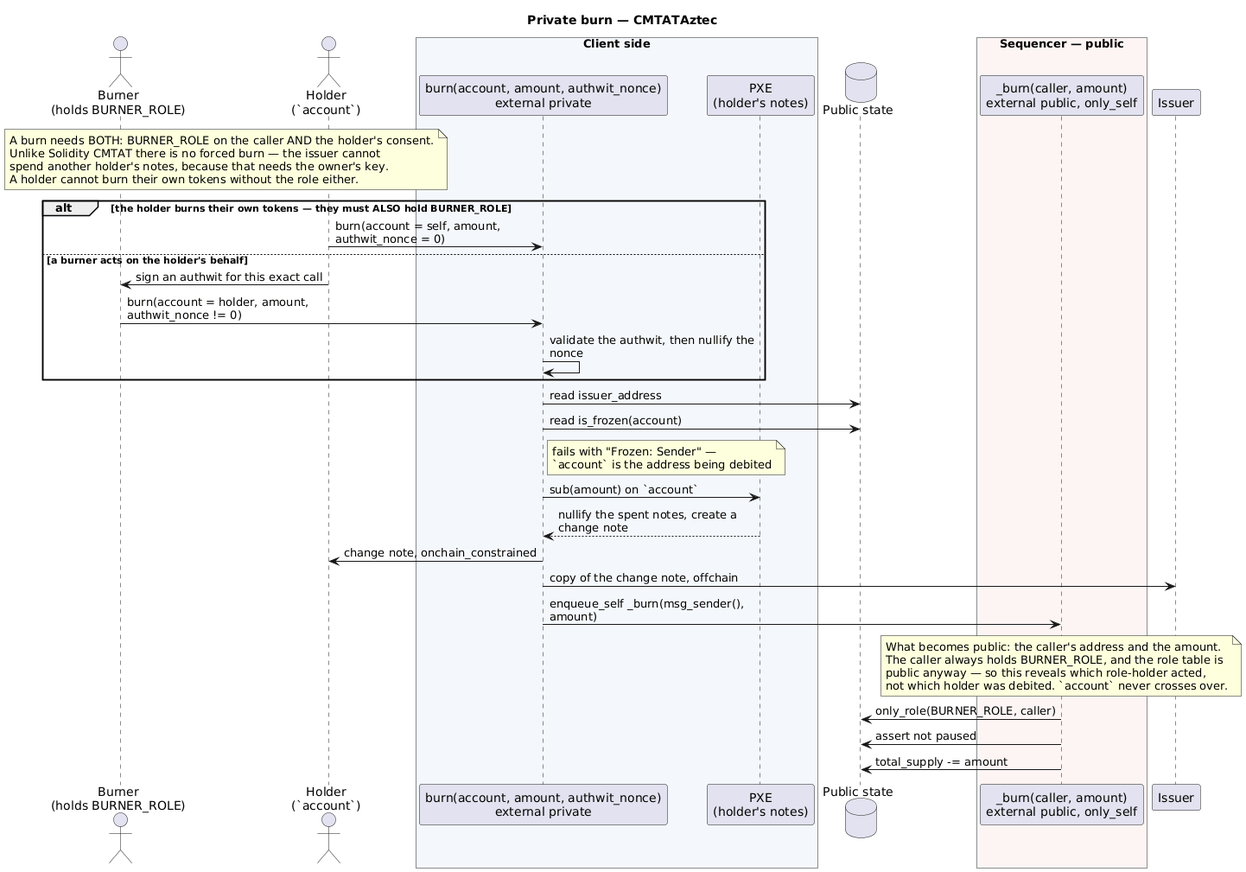
The PlantUML diagram doc/img/burn-flow.png in CMTA/private-CMTAT-aztec, before a commit. Source of this version:
```plantuml
@startuml
title Private burn — CMTATAztec

skinparam sequenceMessageAlign left
skinparam maxMessageSize 250

actor "Burner\n(holds BURNER_ROLE)" as Burner
actor "Holder\n(`account`)" as Holder
box "Client side" #F4F8FC
participant "burn(account, amount, authwit_nonce)\nexternal private" as Priv
participant "PXE\n(holder's notes)" as PXE
end box
database "Public state" as PS
box "Sequencer — public" #FDF4F4
participant "_burn(caller, amount)\nexternal public, only_self" as Pub
end box
participant "Issuer" as Issuer

note over Burner, Holder
  A burn needs BOTH: BURNER_ROLE on the caller AND the holder's consent.
  Unlike Solidity CMTAT there is no forced burn — the issuer cannot
  spend another holder's notes, because that needs the owner's key.
  A holder cannot burn their own tokens without the role either.
end note

alt the holder burns their own tokens — they must ALSO hold BURNER_ROLE
  Holder -> Priv : burn(account = self, amount, authwit_nonce = 0)
else a burner acts on the holder's behalf
  Holder -> Burner : sign an authwit for this exact call
  Burner -> Priv : burn(account = holder, amount, authwit_nonce != 0)
  Priv -> Priv : validate the authwit, then nullify the nonce
end

Priv -> PS : read issuer_address
Priv -> PS : read is_frozen(account)
note right of Priv : fails with "Frozen: Sender" —\n`account` is the address being debited

Priv -> PXE : sub(amount) on `account`
PXE --> Priv : nullify the spent notes, create a change note
Priv -> Holder : change note, onchain_constrained
Priv -> Issuer : copy of the change note, offchain

Priv -> Pub : enqueue_self _burn(msg_sender(), amount)
note over Pub
  What becomes public: the caller's address and the amount.
  The caller always holds BURNER_ROLE, and the role table is
  public anyway — so this reveals which role-holder acted,
  not which holder was debited. `account` never crosses over.
end note
Pub -> PS : only_role(BURNER_ROLE, caller)
Pub -> PS : assert not paused
Pub -> PS : total_supply -= amount

@enduml
```
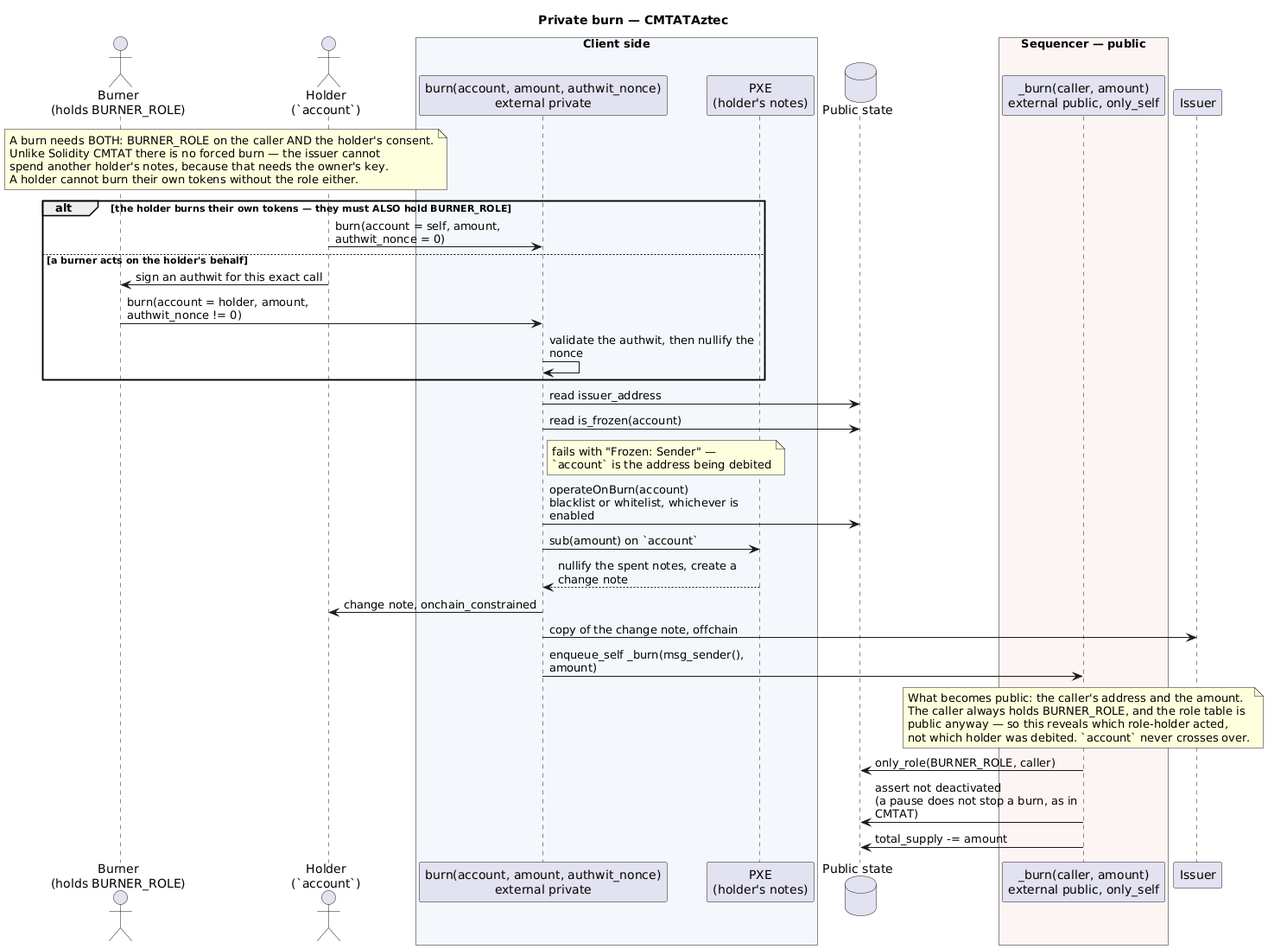
Above is the later version.

What changed in the source:
```diff
@@ -34,6 +34,7 @@
 Priv -> PS : read issuer_address
 Priv -> PS : read is_frozen(account)
 note right of Priv : fails with "Frozen: Sender" —\n`account` is the address being debited
+Priv -> PS : operateOnBurn(account)\nblacklist or whitelist, whichever is enabled
 
 Priv -> PXE : sub(amount) on `account`
 PXE --> Priv : nullify the spent notes, create a change note
@@ -48,7 +49,7 @@
   not which holder was debited. `account` never crosses over.
 end note
 Pub -> PS : only_role(BURNER_ROLE, caller)
-Pub -> PS : assert not paused
+Pub -> PS : assert not deactivated\n(a pause does not stop a burn, as in CMTAT)
 Pub -> PS : total_supply -= amount
 
 @enduml
```
